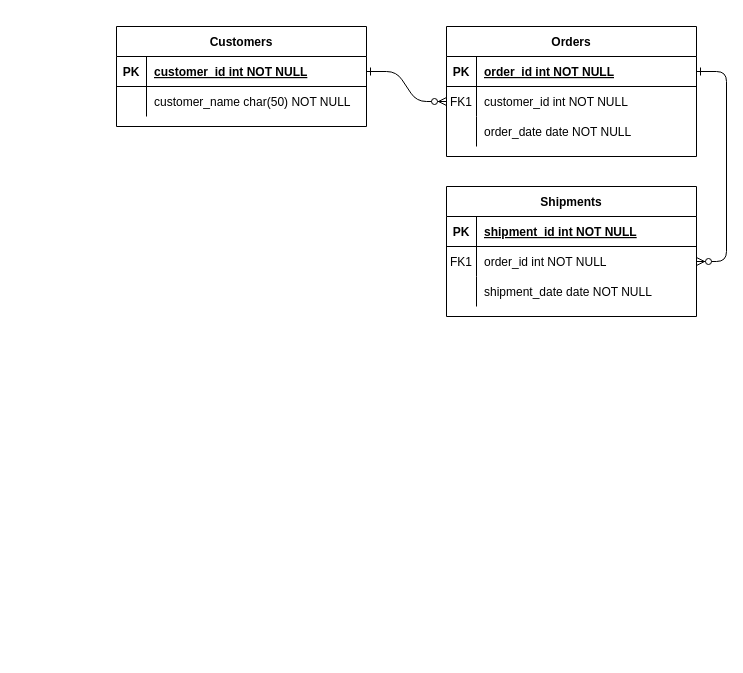
Earlier version of the draw.io diagram Untitled Diagram.drawio (santarabantoosoo/RDMS). Source tidied: cells renumbered, new cells numbered last; positions are measured from the earlier drawing's top-left corner, leaving out a move shared by most shapes. Both pictures are drawn from the tidied source at 100%, with x=0, y=0 at pixel (116, 26).
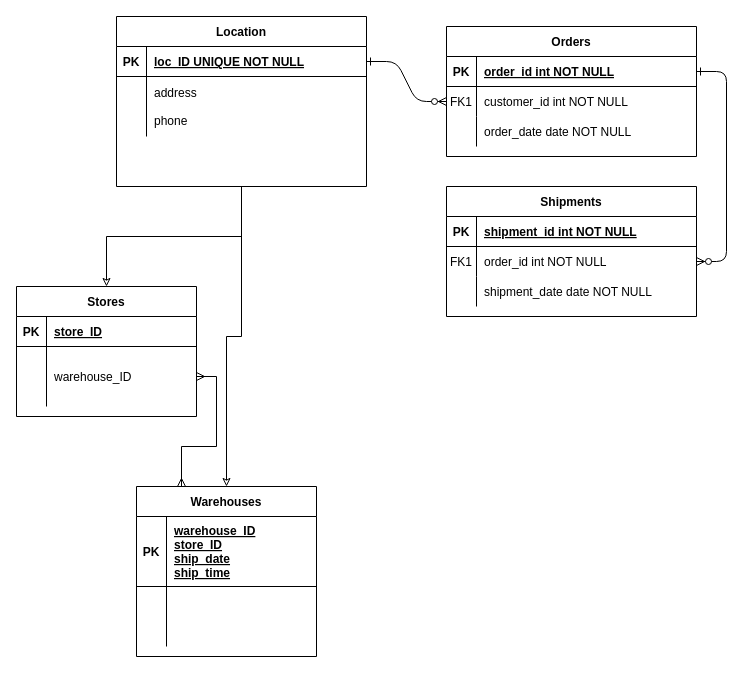
After the change.

Unchanged cells that the change refers to:
```xml
<mxCell id="25" style="shape=partialRectangle;fillColor=none;points=[[0,0.5],[1,0.5]];portConstraint=eastwest;top=0;left=0;right=0;bottom=1;" parent="24" vertex="1">
  <mxGeometry y="30" width="250" height="30" as="geometry" />
</mxCell>
```

Change to the diagram source:
```diff
@@
+    <mxCell id="31" style="edgeStyle=orthogonalEdgeStyle;rounded=0;jettySize=auto;html=1;endArrow=classic;endFill=0;" parent="1" edge="1" source="24" target="33">
+      <mxGeometry relative="1" as="geometry" />
+    </mxCell>
+    <mxCell id="32" style="edgeStyle=orthogonalEdgeStyle;rounded=0;jettySize=auto;html=1;endArrow=classic;endFill=0;" parent="1" edge="1" source="24" target="41">
+      <mxGeometry relative="1" as="geometry" />
+    </mxCell>
-    <mxCell id="24" value="Customers" style="shape=table;startSize=30;childLayout=tableLayout;rowLines=0;fontStyle=1;align=center;" parent="1" vertex="1">
-      <mxGeometry width="250" height="100" as="geometry" />
+    <mxCell id="24" value="Location" style="shape=table;startSize=30;childLayout=tableLayout;rowLines=0;fontStyle=1;align=center;" parent="1" vertex="1">
+      <mxGeometry y="-10" width="250" height="170" as="geometry" />
     </mxCell>
@@
-    <mxCell id="27" value="customer_id int NOT NULL " style="shape=partialRectangle;overflow=hidden;fillColor=none;top=0;left=0;bottom=0;right=0;align=left;spacingLeft=6;fontStyle=5;" parent="25" vertex="1">
+    <mxCell id="27" value="loc_ID UNIQUE NOT NULL " style="shape=partialRectangle;overflow=hidden;fillColor=none;top=0;left=0;bottom=0;right=0;align=left;spacingLeft=6;fontStyle=5;" parent="25" vertex="1">
       <mxGeometry x="30" width="220" height="30" as="geometry" />
     </mxCell>
     <mxCell id="28" style="shape=partialRectangle;fillColor=none;top=0;left=0;right=0;bottom=0;" parent="24" vertex="1">
-      <mxGeometry y="60" width="250" height="30" as="geometry" />
+      <mxGeometry y="60" width="250" height="60" as="geometry" />
     </mxCell>
     <mxCell id="29" style="shape=partialRectangle;overflow=hidden;fillColor=none;top=0;left=0;bottom=0;right=0;" parent="28" vertex="1">
-      <mxGeometry width="30" height="30" as="geometry" />
+      <mxGeometry width="30" height="60" as="geometry" />
     </mxCell>
-    <mxCell id="30" value="customer_name char(50) NOT NULL" style="shape=partialRectangle;overflow=hidden;fillColor=none;top=0;left=0;bottom=0;right=0;align=left;spacingLeft=6;" parent="28" vertex="1">
-      <mxGeometry x="30" width="220" height="30" as="geometry" />
+    <mxCell id="30" value="address&#10;&#10;phone" style="shape=partialRectangle;overflow=hidden;fillColor=none;top=0;left=0;bottom=0;right=0;align=left;spacingLeft=6;" parent="28" vertex="1">
+      <mxGeometry x="30" width="220" height="60" as="geometry" />
     </mxCell>
+    <mxCell id="33" value="Stores" style="shape=table;startSize=30;childLayout=tableLayout;rowLines=0;fontStyle=1;align=center;" parent="1" vertex="1">
+      <mxGeometry x="-100" y="260" width="180" height="130" as="geometry" />
+    </mxCell>
+    <mxCell id="34" style="shape=partialRectangle;fillColor=none;top=0;left=0;right=0;bottom=1;" parent="33" vertex="1">
+      <mxGeometry y="30" width="180" height="30" as="geometry" />
+    </mxCell>
+    <mxCell id="35" value="PK" style="shape=partialRectangle;overflow=hidden;fillColor=none;top=0;left=0;bottom=0;right=0;fontStyle=1;" parent="34" vertex="1">
+      <mxGeometry width="30" height="30" as="geometry" />
+    </mxCell>
+    <mxCell id="36" value="store_ID" style="shape=partialRectangle;overflow=hidden;fillColor=none;top=0;left=0;bottom=0;right=0;align=left;spacingLeft=6;fontStyle=5;" parent="34" vertex="1">
+      <mxGeometry x="30" width="150" height="30" as="geometry" />
+    </mxCell>
+    <mxCell id="37" style="shape=partialRectangle;fillColor=none;points=[[0,0.5],[1,0.5]];portConstraint=eastwest;top=0;left=0;right=0;bottom=0;" parent="33" vertex="1">
+      <mxGeometry y="60" width="180" height="60" as="geometry" />
+    </mxCell>
+    <mxCell id="38" style="shape=partialRectangle;overflow=hidden;fillColor=none;top=0;left=0;bottom=0;right=0;" parent="37" vertex="1">
+      <mxGeometry width="30" height="60" as="geometry" />
+    </mxCell>
+    <mxCell id="39" value="warehouse_ID" style="shape=partialRectangle;overflow=hidden;fillColor=none;top=0;left=0;bottom=0;right=0;align=left;spacingLeft=6;" parent="37" vertex="1">
+      <mxGeometry x="30" width="150" height="60" as="geometry" />
+    </mxCell>
+    <mxCell id="40" style="edgeStyle=orthogonalEdgeStyle;rounded=0;jettySize=auto;html=1;exitX=0.25;exitY=0;exitDx=0;exitDy=0;endArrow=ERmany;endFill=0;startArrow=ERmany;startFill=0;" parent="1" edge="1" source="41" target="37">
+      <mxGeometry relative="1" as="geometry" />
+    </mxCell>
+    <mxCell id="41" value="Warehouses" style="shape=table;startSize=30;childLayout=tableLayout;rowLines=0;fontStyle=1;align=center;" parent="1" vertex="1">
+      <mxGeometry x="20" y="460" width="180" height="170" as="geometry" />
+    </mxCell>
+    <mxCell id="42" style="shape=partialRectangle;fillColor=none;top=0;left=0;right=0;bottom=1;" parent="41" vertex="1">
+      <mxGeometry y="30" width="180" height="70" as="geometry" />
+    </mxCell>
+    <mxCell id="43" value="PK" style="shape=partialRectangle;overflow=hidden;fillColor=none;top=0;left=0;bottom=0;right=0;fontStyle=1;" parent="42" vertex="1">
+      <mxGeometry width="30" height="70" as="geometry" />
+    </mxCell>
+    <mxCell id="44" value="warehouse_ID&#10;store_ID&#10;ship_date&#10;ship_time" style="shape=partialRectangle;overflow=hidden;fillColor=none;top=0;left=0;bottom=0;right=0;align=left;spacingLeft=6;fontStyle=5;" parent="42" vertex="1">
+      <mxGeometry x="30" width="150" height="70" as="geometry" />
+    </mxCell>
+    <mxCell id="45" style="shape=partialRectangle;fillColor=none;top=0;left=0;right=0;bottom=0;" parent="41" vertex="1">
+      <mxGeometry y="100" width="180" height="60" as="geometry" />
+    </mxCell>
+    <mxCell id="46" style="shape=partialRectangle;overflow=hidden;fillColor=none;top=0;left=0;bottom=0;right=0;" parent="45" vertex="1">
+      <mxGeometry width="30" height="60" as="geometry" />
+    </mxCell>
+    <mxCell id="47" style="shape=partialRectangle;overflow=hidden;fillColor=none;top=0;left=0;bottom=0;right=0;align=left;spacingLeft=6;" parent="45" vertex="1">
+      <mxGeometry x="30" width="150" height="60" as="geometry" />
+    </mxCell>
```
